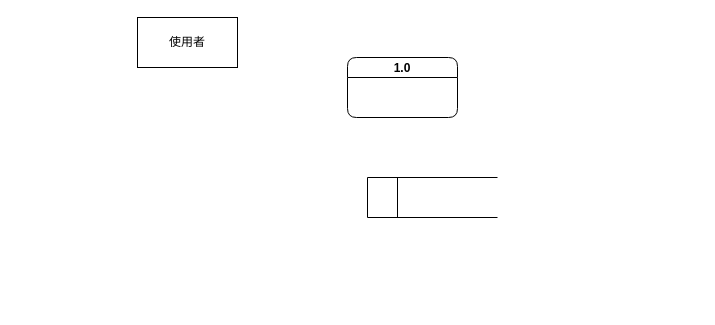
This is 系統設計.drawio from Hakxep-wuqpuk-hyrze8/Flowchart, a draw.io file, before an edit. Source tidied: cells renumbered, new cells numbered last; positions are measured from the earlier drawing's top-left corner, leaving out a move shared by most shapes. Both pictures are drawn from the tidied source at 100%, with x=0, y=0 at pixel (137, 17).
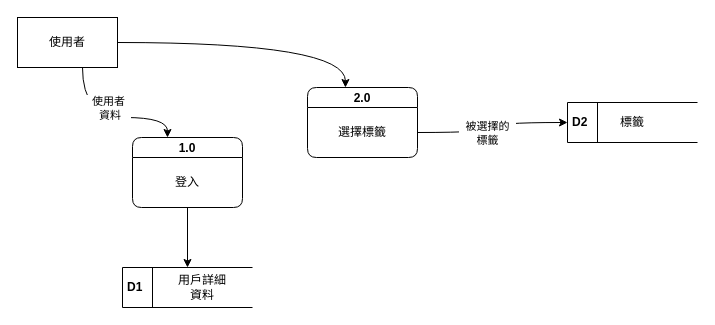
The same page after the edit.

Commit message (it also covers changes not shown here):
更新系統設計.drawio

Diff of the diagram source:
```diff
@@
-    <mxCell id="2" style="html=1;dashed=0;whiteSpace=wrap;shape=mxgraph.dfd.dataStoreID;align=left;spacingLeft=3;points=[[0,0],[0.5,0],[1,0],[0,0.5],[1,0.5],[0,1],[0.5,1],[1,1]];" parent="1" vertex="1">
-      <mxGeometry x="230" y="160" width="130" height="40" as="geometry" />
+    <mxCell id="2" value="&lt;b&gt;D1&lt;/b&gt;" style="html=1;dashed=0;whiteSpace=wrap;shape=mxgraph.dfd.dataStoreID;align=left;spacingLeft=3;points=[[0,0],[0.5,0],[1,0],[0,0.5],[1,0.5],[0,1],[0.5,1],[1,1]];" parent="1" vertex="1">
+      <mxGeometry x="-15" y="250" width="130" height="40" as="geometry" />
     </mxCell>
+    <mxCell id="5" style="edgeStyle=orthogonalEdgeStyle;jettySize=auto;html=1;curved=1;" parent="1" edge="1" source="3" target="4">
+      <mxGeometry relative="1" as="geometry">
+        <Array as="points">
+          <mxPoint x="-55" y="100" />
+          <mxPoint x="30" y="100" />
+        </Array>
+      </mxGeometry>
+    </mxCell>
+    <mxCell id="6" value="&amp;nbsp; 使用者&amp;nbsp;&amp;nbsp;&lt;br&gt;&amp;nbsp;資料" style="edgeLabel;html=1;align=center;verticalAlign=middle;" parent="5" vertex="1">
+      <mxGeometry x="-0.18" y="4" relative="1" as="geometry">
+        <mxPoint x="11" y="-6" as="offset" />
+      </mxGeometry>
+    </mxCell>
     <mxCell id="3" value="使用者" style="html=1;dashed=0;whiteSpace=wrap;" parent="1" vertex="1">
-      <mxGeometry width="100" height="50" as="geometry" />
+      <mxGeometry x="-120" width="100" height="50" as="geometry" />
     </mxCell>
-    <mxCell id="4" value="1.0" style="swimlane;fontStyle=1;horizontal=1;startSize=20;fillColor=#ffffff;swimlaneFillColor=#ffffff;rounded=1;fontFamily=Helvetica;" parent="1" vertex="1">
-      <mxGeometry x="210" y="40" width="110" height="60" as="geometry" />
+    <mxCell id="4" value="1.0" style="swimlane;fontStyle=1;horizontal=1;startSize=20;fillColor=#ffffff;swimlaneFillColor=#ffffff;rounded=1;fontFamily=Helvetica;verticalAlign=middle;" parent="1" vertex="1">
+      <mxGeometry x="-5" y="120" width="110" height="70" as="geometry" />
     </mxCell>
+    <mxCell id="7" value="登入" style="text;html=1;strokeColor=none;fillColor=none;align=center;verticalAlign=middle;whiteSpace=wrap;rounded=0;" parent="4" vertex="1">
+      <mxGeometry y="20" width="110" height="50" as="geometry" />
+    </mxCell>
+    <mxCell id="8" style="edgeStyle=orthogonalEdgeStyle;rounded=0;orthogonalLoop=1;jettySize=auto;html=1;exitX=0.5;exitY=1;exitDx=0;exitDy=0;" parent="4" edge="1" source="7" target="7">
+      <mxGeometry relative="1" as="geometry" />
+    </mxCell>
+    <mxCell id="9" value="用戶詳細資料" style="text;html=1;strokeColor=none;fillColor=none;align=center;verticalAlign=middle;whiteSpace=wrap;rounded=0;" parent="1" vertex="1">
+      <mxGeometry x="35" y="255" width="60" height="30" as="geometry" />
+    </mxCell>
+    <mxCell id="10" style="edgeStyle=orthogonalEdgeStyle;rounded=0;jettySize=auto;html=1;entryX=0.5;entryY=0;entryDx=0;entryDy=0;" parent="1" edge="1" source="7" target="2">
+      <mxGeometry relative="1" as="geometry" />
+    </mxCell>
+    <mxCell id="11" value="2.0" style="swimlane;fontStyle=1;horizontal=1;startSize=20;fillColor=#ffffff;swimlaneFillColor=#ffffff;rounded=1;fontFamily=Helvetica;verticalAlign=middle;" parent="1" vertex="1">
+      <mxGeometry x="170" y="70" width="110" height="70" as="geometry" />
+    </mxCell>
+    <mxCell id="12" style="edgeStyle=orthogonalEdgeStyle;rounded=0;orthogonalLoop=1;jettySize=auto;html=1;exitX=0.5;exitY=1;exitDx=0;exitDy=0;" parent="11" edge="1" source="13" target="13">
+      <mxGeometry relative="1" as="geometry" />
+    </mxCell>
+    <mxCell id="13" value="選擇標籤" style="text;html=1;strokeColor=none;fillColor=none;align=center;verticalAlign=middle;whiteSpace=wrap;rounded=0;" parent="11" vertex="1">
+      <mxGeometry y="20" width="110" height="50" as="geometry" />
+    </mxCell>
+    <mxCell id="14" style="edgeStyle=orthogonalEdgeStyle;jettySize=auto;html=1;entryX=0.345;entryY=0;entryDx=0;entryDy=0;entryPerimeter=0;curved=1;" parent="1" edge="1" source="3" target="11">
+      <mxGeometry relative="1" as="geometry" />
+    </mxCell>
+    <mxCell id="15" value="&lt;b&gt;D2&lt;/b&gt;" style="html=1;dashed=0;whiteSpace=wrap;shape=mxgraph.dfd.dataStoreID;align=left;spacingLeft=3;points=[[0,0],[0.5,0],[1,0],[0,0.5],[1,0.5],[0,1],[0.5,1],[1,1]];" parent="1" vertex="1">
+      <mxGeometry x="430" y="85" width="130" height="40" as="geometry" />
+    </mxCell>
+    <mxCell id="16" value="標籤" style="text;html=1;strokeColor=none;fillColor=none;align=center;verticalAlign=middle;whiteSpace=wrap;rounded=0;" parent="1" vertex="1">
+      <mxGeometry x="465" y="90" width="60" height="30" as="geometry" />
+    </mxCell>
+    <mxCell id="17" style="edgeStyle=orthogonalEdgeStyle;jettySize=auto;html=1;entryX=0;entryY=0.5;entryDx=0;entryDy=0;curved=1;" parent="1" edge="1" source="13" target="15">
+      <mxGeometry relative="1" as="geometry" />
+    </mxCell>
+    <mxCell id="18" value="&amp;nbsp; 被選擇的&amp;nbsp;&amp;nbsp;&lt;br&gt;標籤" style="edgeLabel;html=1;align=center;verticalAlign=middle;" parent="17" vertex="1">
+      <mxGeometry x="-0.06" y="6" relative="1" as="geometry" />
+    </mxCell>
```
